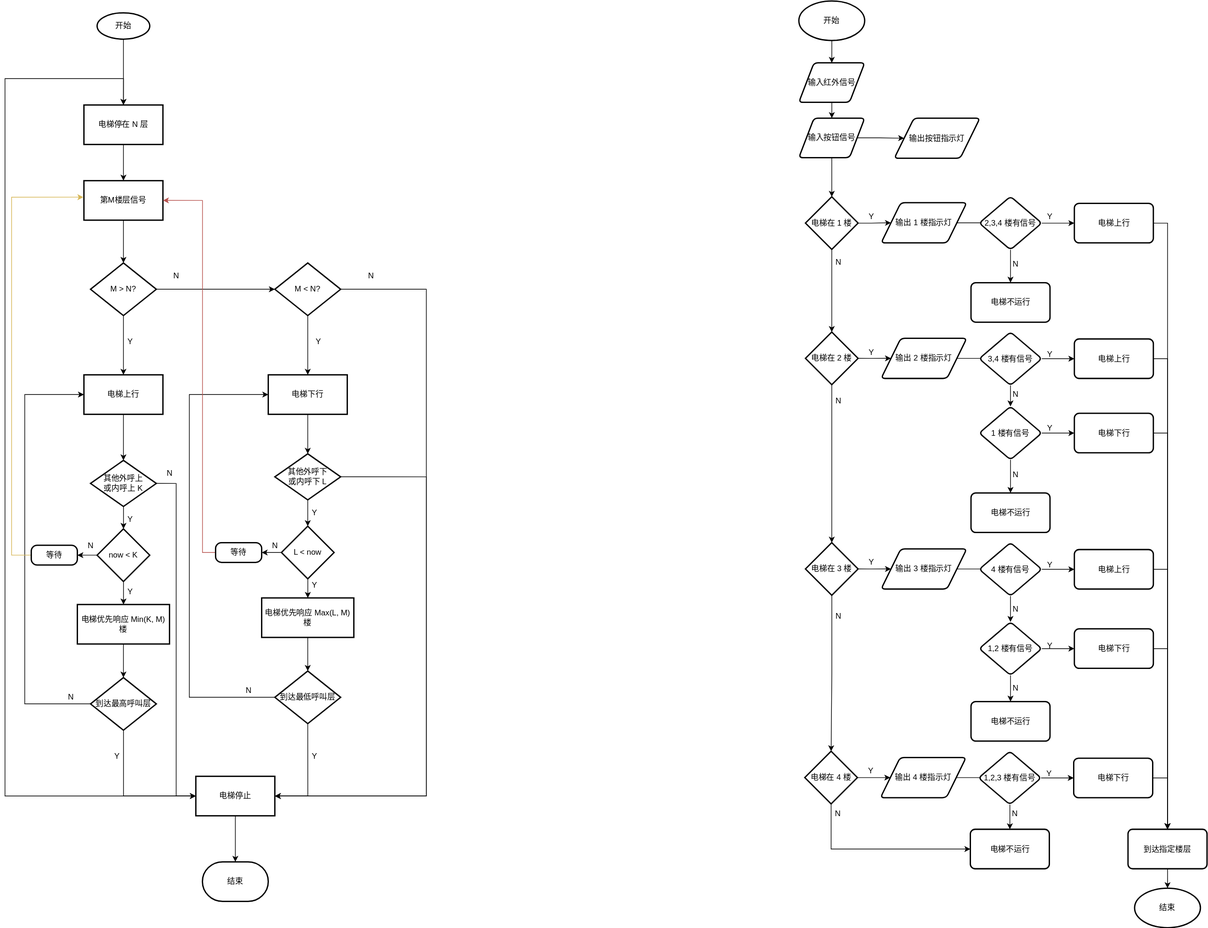
InoryLwc/ConfigRepo keeps this draw.io diagram as Draw.io/PLC控制四层电梯程序流程图.drawio.svg. Above is the earlier version. Source tidied: cells renumbered, new cells last; positions are measured from the earlier drawing's top-left corner, leaving out a move shared by most shapes.
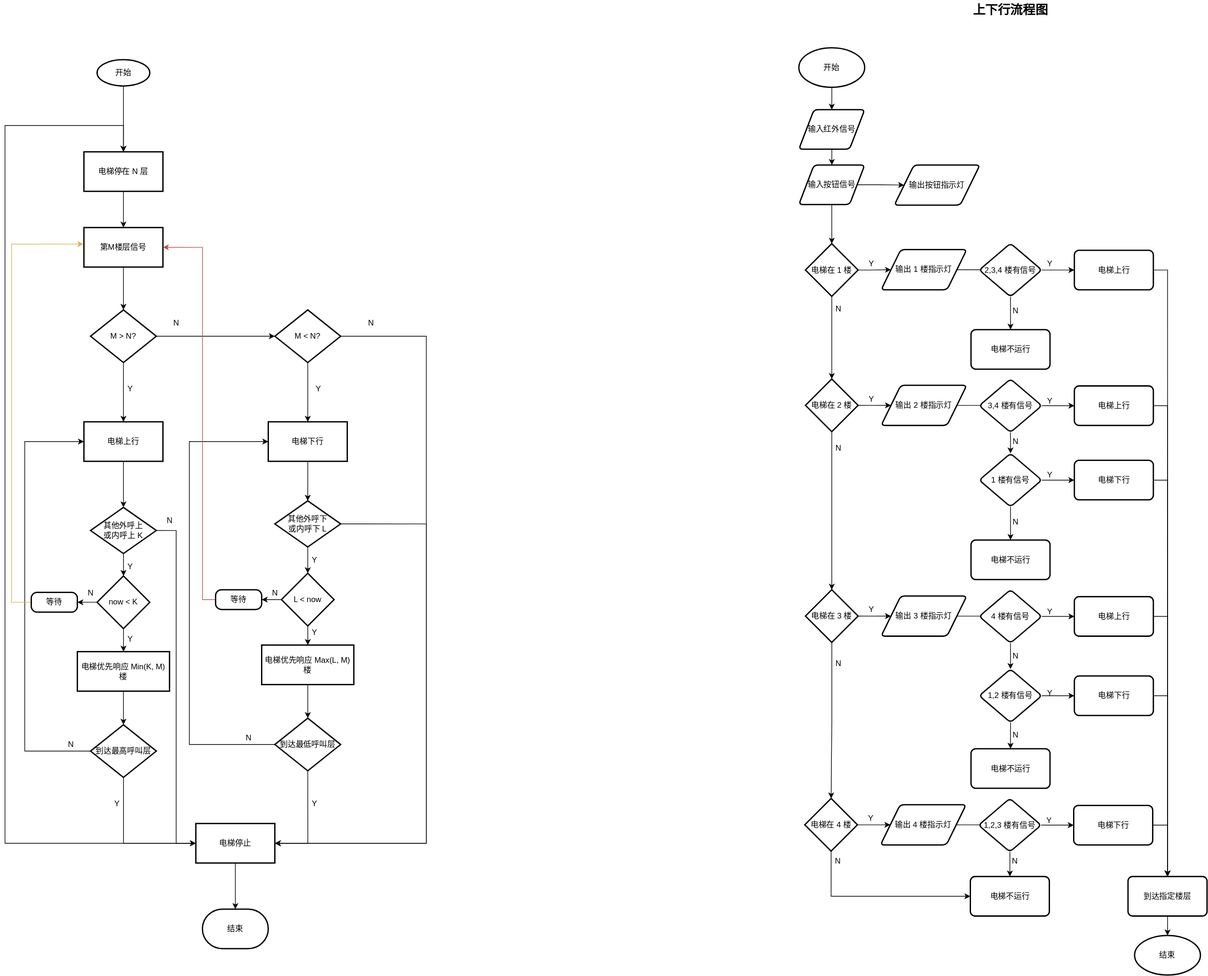
Later version of the same file.

Commit message:
更新PLC控制四层电梯程序流程图.drawio.svg

The edit, as a diff of the source:
```diff
@@ -489,5 +489,8 @@
     <mxCell id="147" value="结束" style="ellipse;whiteSpace=wrap;html=1;rounded=1;arcSize=14;strokeWidth=2;" parent="1" vertex="1">
       <mxGeometry x="1716" y="1348" width="100" height="60" as="geometry" />
     </mxCell>
+    <mxCell id="148" value="&lt;b style=&quot;font-size: 12px&quot;&gt;&lt;font style=&quot;font-size: 19px&quot;&gt;上下行流程图&lt;/font&gt;&lt;/b&gt;" style="text;html=1;align=center;verticalAlign=middle;strokeColor=none;fillColor=none;fontSize=19;" parent="1" vertex="1">
+      <mxGeometry x="1461.5" y="-72" width="130" height="30" as="geometry" />
+    </mxCell>
   </root>
 </mxGraphModel>
```
